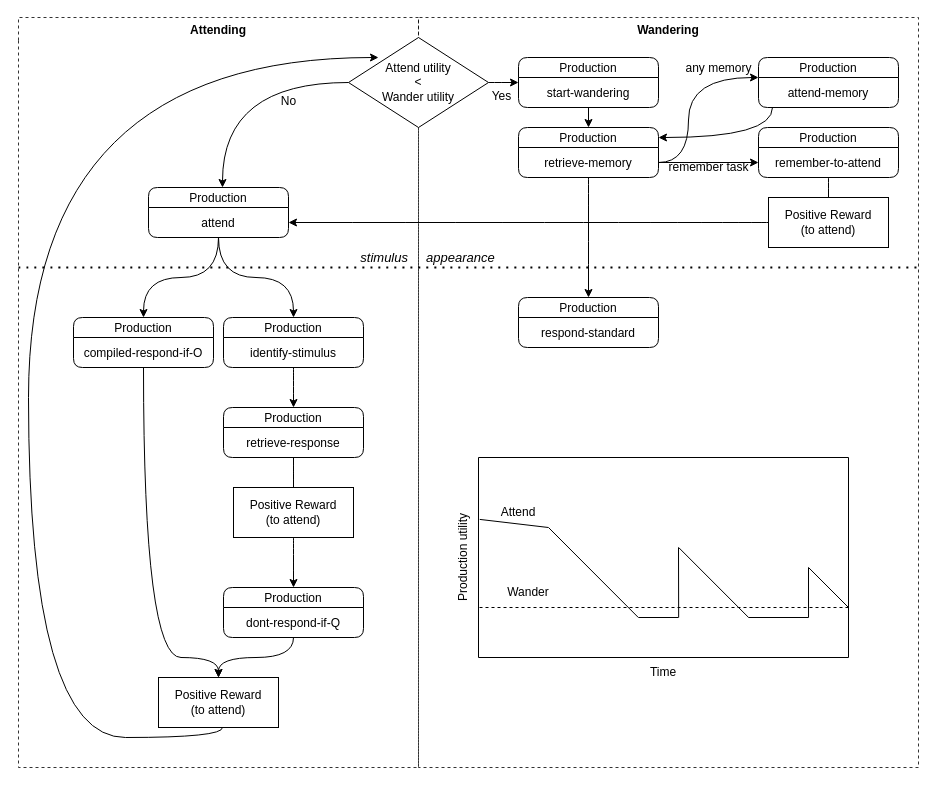
Above: AfterPC.drawio in joshbruegger/CognitiveModellingPractical2022 (draw.io), before the change. Source tidied: cells renumbered, new cells numbered last; positions are measured from the earlier drawing's top-left corner, leaving out a move shared by most shapes. Both pictures are drawn from the tidied source at 100%, with x=0, y=0 at pixel (18, 17).
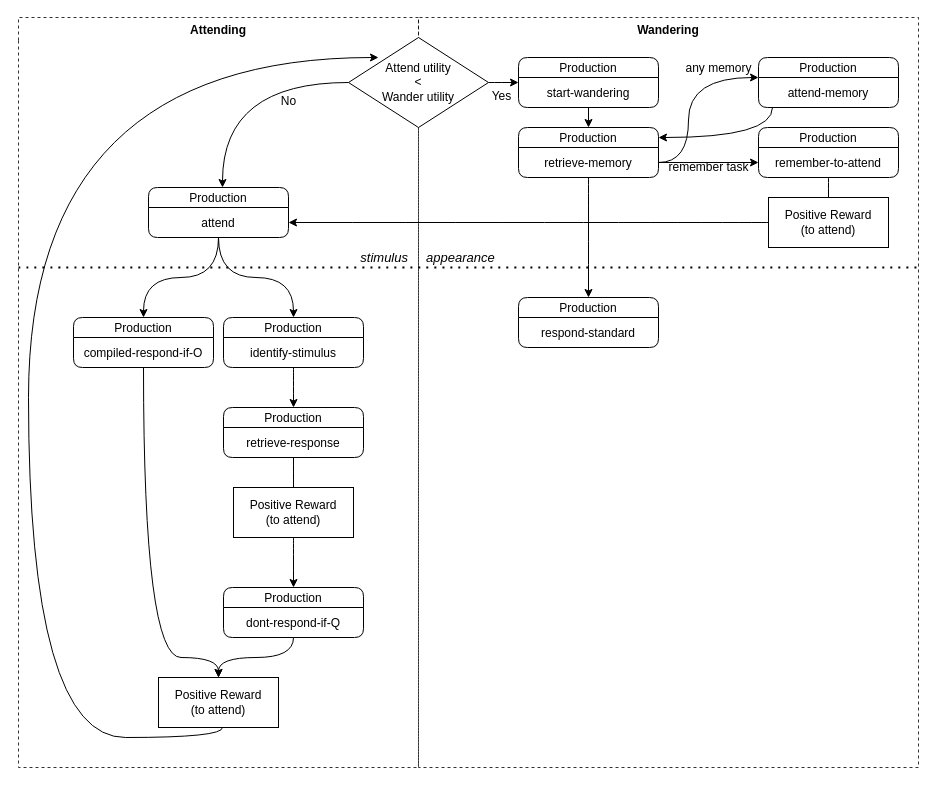
The same diagram, later.

Unchanged cells that the change refers to:
```xml
<mxCell id="2" value="Wandering" style="swimlane;fontSize=12;strokeColor=default;gradientColor=none;swimlaneFillColor=none;dashed=1;strokeWidth=1;perimeterSpacing=1;opacity=80;fillColor=none;fontStyle=1;swimlaneLine=0;" parent="1" vertex="1">
  <mxGeometry x="400" width="500" height="750" as="geometry" />
</mxCell>
```

Change to the diagram source:
```diff
@@
-    <mxCell id="6" style="swimlane;startSize=0;fontSize=12;" parent="2" vertex="1">
-      <mxGeometry x="60" y="440" width="370" height="200" as="geometry" />
-    </mxCell>
-    <mxCell id="7" style="endArrow=none;html=1;fontSize=12;entryX=0.432;entryY=0.8;entryDx=0;entryDy=0;entryPerimeter=0;" parent="6" edge="1" target="6">
-      <mxGeometry relative="1" as="geometry">
-        <mxPoint x="70" y="70" as="sourcePoint" />
-      </mxGeometry>
-    </mxCell>
-    <mxCell id="8" style="endArrow=none;html=1;fontSize=12;exitX=0.541;exitY=0.8;exitDx=0;exitDy=0;exitPerimeter=0;" parent="6" edge="1" source="6">
-      <mxGeometry relative="1" as="geometry">
-        <mxPoint x="200" y="90" as="targetPoint" />
-      </mxGeometry>
-    </mxCell>
-    <mxCell id="9" style="endArrow=none;html=1;fontSize=12;" parent="6" edge="1">
-      <mxGeometry relative="1" as="geometry">
-        <mxPoint x="160" y="160" as="sourcePoint" />
-        <mxPoint x="200" y="160" as="targetPoint" />
-      </mxGeometry>
-    </mxCell>
-    <mxCell id="10" style="endArrow=none;html=1;fontSize=12;" parent="6" edge="1">
-      <mxGeometry relative="1" as="geometry">
-        <mxPoint x="270" y="160" as="sourcePoint" />
-        <mxPoint x="330" y="160" as="targetPoint" />
-      </mxGeometry>
-    </mxCell>
-    <mxCell id="11" value="Attend" style="text;html=1;strokeColor=none;fillColor=none;align=center;verticalAlign=middle;whiteSpace=wrap;rounded=0;fontSize=12;" parent="6" vertex="1">
-      <mxGeometry x="10" y="40" width="60" height="30" as="geometry" />
-    </mxCell>
-    <mxCell id="12" value="Wander" style="text;html=1;strokeColor=none;fillColor=none;align=center;verticalAlign=middle;whiteSpace=wrap;rounded=0;fontSize=12;" parent="6" vertex="1">
-      <mxGeometry x="20" y="120" width="60" height="30" as="geometry" />
-    </mxCell>
-    <mxCell id="13" value="Time" style="text;html=1;strokeColor=none;fillColor=none;align=center;verticalAlign=middle;whiteSpace=wrap;rounded=0;fontSize=12;" parent="2" vertex="1">
-      <mxGeometry x="215" y="640" width="60" height="30" as="geometry" />
-    </mxCell>
-    <mxCell id="14" value="Production utility" style="text;html=1;strokeColor=none;fillColor=none;align=center;verticalAlign=middle;whiteSpace=wrap;rounded=0;fontSize=12;rotation=270;" parent="2" vertex="1">
-      <mxGeometry x="-20" y="525" width="130" height="30" as="geometry" />
-    </mxCell>
-    <mxCell id="15" style="endArrow=none;html=1;fontSize=12;entryX=0;entryY=0.75;entryDx=0;entryDy=0;exitX=1;exitY=0.75;exitDx=0;exitDy=0;dashed=1;" parent="2" edge="1" source="6" target="6">
-      <mxGeometry relative="1" as="geometry" />
-    </mxCell>
-    <mxCell id="16" style="endArrow=none;html=1;fontSize=12;exitX=0.793;exitY=1.042;exitDx=0;exitDy=0;entryX=0.189;entryY=0.35;entryDx=0;entryDy=0;entryPerimeter=0;exitPerimeter=0;" parent="2" edge="1" source="14" target="6">
-      <mxGeometry relative="1" as="geometry" />
-    </mxCell>
-    <mxCell id="17" style="endArrow=none;html=1;fontSize=12;exitX=0.75;exitY=1;exitDx=0;exitDy=0;" parent="2" edge="1" source="14" target="6">
-      <mxGeometry relative="1" as="geometry" />
-    </mxCell>
-    <mxCell id="18" style="endArrow=none;html=1;fontSize=12;exitX=0.892;exitY=0.55;exitDx=0;exitDy=0;exitPerimeter=0;entryX=1;entryY=0.75;entryDx=0;entryDy=0;" parent="2" edge="1" source="6" target="6">
-      <mxGeometry relative="1" as="geometry" />
-    </mxCell>
-    <mxCell id="19" style="endArrow=none;html=1;fontSize=12;entryX=0.892;entryY=0.8;entryDx=0;entryDy=0;entryPerimeter=0;" parent="2" edge="1" target="6">
-      <mxGeometry relative="1" as="geometry">
-        <mxPoint x="390" y="550" as="sourcePoint" />
-      </mxGeometry>
-    </mxCell>
-    <mxCell id="20" style="endArrow=none;html=1;fontSize=12;exitX=0.73;exitY=0.8;exitDx=0;exitDy=0;exitPerimeter=0;entryX=0.541;entryY=0.45;entryDx=0;entryDy=0;entryPerimeter=0;" parent="2" edge="1" source="6" target="6">
-      <mxGeometry relative="1" as="geometry" />
-    </mxCell>
```
